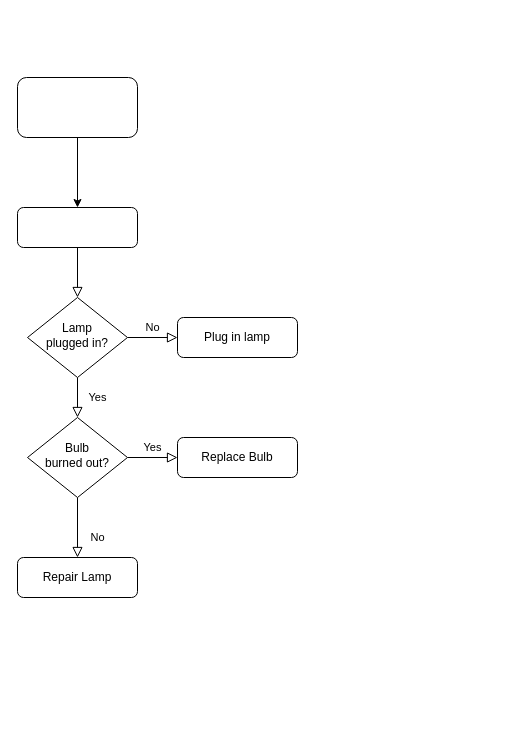
This is Untitled Diagram.drawio from vasquezk26/dq_and_dg, a draw.io file, before an edit. Source tidied: cells renumbered, new cells numbered last; positions are measured from the earlier drawing's top-left corner, leaving out a move shared by most shapes. Both pictures are drawn from the tidied source at 100%, with x=0, y=0 at pixel (17, 77).
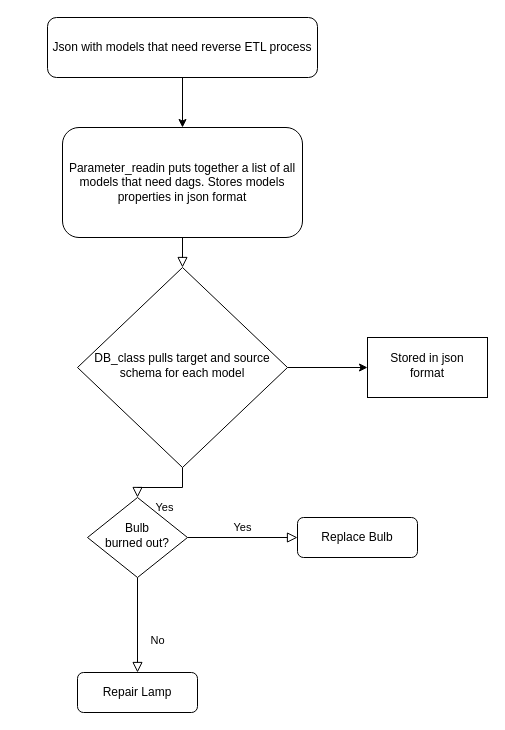
The same page after the edit.

Diff of the diagram source:
```diff
@@
 <mxGraphModel>
   <root>
     <mxCell id="0" />
     <mxCell id="1" parent="0" />
     <mxCell id="2" style="rounded=0;html=1;jettySize=auto;fontSize=11;endArrow=block;endFill=0;endSize=8;strokeWidth=1;shadow=0;labelBackgroundColor=none;edgeStyle=orthogonalEdgeStyle;" parent="1" edge="1" source="3" target="6">
       <mxGeometry relative="1" as="geometry" />
     </mxCell>
-    <mxCell id="3" style="rounded=1;whiteSpace=wrap;html=1;fontSize=12;glass=0;strokeWidth=1;shadow=0;" parent="1" vertex="1">
-      <mxGeometry y="130" width="120" height="40" as="geometry" />
+    <mxCell id="3" value="Parameter_readin puts together a list of all models that need dags. Stores models properties in json format" style="rounded=1;whiteSpace=wrap;html=1;fontSize=12;glass=0;strokeWidth=1;shadow=0;" parent="1" vertex="1">
+      <mxGeometry x="45" y="50" width="240" height="110" as="geometry" />
     </mxCell>
     <mxCell id="4" value="Yes" style="rounded=0;html=1;jettySize=auto;fontSize=11;endArrow=block;endFill=0;endSize=8;strokeWidth=1;shadow=0;labelBackgroundColor=none;edgeStyle=orthogonalEdgeStyle;" parent="1" edge="1" source="6" target="10">
       <mxGeometry y="20" relative="1" as="geometry" />
     </mxCell>
-    <mxCell id="5" value="No" style="edgeStyle=orthogonalEdgeStyle;rounded=0;html=1;jettySize=auto;fontSize=11;endArrow=block;endFill=0;endSize=8;strokeWidth=1;shadow=0;labelBackgroundColor=none;" parent="1" edge="1" source="6" target="7">
-      <mxGeometry y="10" relative="1" as="geometry" />
-    </mxCell>
+    <mxCell id="15" style="edgeStyle=orthogonalEdgeStyle;rounded=0;jettySize=auto;html=1;" parent="1" edge="1" source="6" target="16">
+      <mxGeometry relative="1" as="geometry" />
+    </mxCell>
-    <mxCell id="6" value="Lamp&lt;br&gt;plugged in?" style="rhombus;whiteSpace=wrap;html=1;shadow=0;fontFamily=Helvetica;fontSize=12;align=center;strokeWidth=1;spacing=6;spacingTop=-4;" parent="1" vertex="1">
-      <mxGeometry x="10" y="220" width="100" height="80" as="geometry" />
+    <mxCell id="6" value="DB_class pulls target and source schema for each model" style="rhombus;whiteSpace=wrap;html=1;shadow=0;fontFamily=Helvetica;fontSize=12;align=center;strokeWidth=1;spacing=6;spacingTop=-4;" parent="1" vertex="1">
+      <mxGeometry x="60" y="190" width="210" height="200" as="geometry" />
     </mxCell>
-    <mxCell id="7" value="Plug in lamp" style="rounded=1;whiteSpace=wrap;html=1;fontSize=12;glass=0;strokeWidth=1;shadow=0;" parent="1" vertex="1">
-      <mxGeometry x="160" y="240" width="120" height="40" as="geometry" />
-    </mxCell>
     <mxCell id="8" value="No" style="rounded=0;html=1;jettySize=auto;fontSize=11;endArrow=block;endFill=0;endSize=8;strokeWidth=1;shadow=0;labelBackgroundColor=none;edgeStyle=orthogonalEdgeStyle;" parent="1" edge="1" source="10" target="11">
       <mxGeometry x="0.33" y="20" relative="1" as="geometry" />
     </mxCell>
     <mxCell id="9" value="Yes" style="edgeStyle=orthogonalEdgeStyle;rounded=0;html=1;jettySize=auto;fontSize=11;endArrow=block;endFill=0;endSize=8;strokeWidth=1;shadow=0;labelBackgroundColor=none;" parent="1" edge="1" source="10" target="12">
       <mxGeometry y="10" relative="1" as="geometry" />
     </mxCell>
     <mxCell id="10" value="Bulb&lt;br&gt;burned out?" style="rhombus;whiteSpace=wrap;html=1;shadow=0;fontFamily=Helvetica;fontSize=12;align=center;strokeWidth=1;spacing=6;spacingTop=-4;" parent="1" vertex="1">
-      <mxGeometry x="10" y="340" width="100" height="80" as="geometry" />
+      <mxGeometry x="70" y="420" width="100" height="80" as="geometry" />
     </mxCell>
     <mxCell id="11" value="Repair Lamp" style="rounded=1;whiteSpace=wrap;html=1;fontSize=12;glass=0;strokeWidth=1;shadow=0;" parent="1" vertex="1">
-      <mxGeometry y="480" width="120" height="40" as="geometry" />
+      <mxGeometry x="60" y="595" width="120" height="40" as="geometry" />
     </mxCell>
     <mxCell id="12" value="Replace Bulb" style="rounded=1;whiteSpace=wrap;html=1;fontSize=12;glass=0;strokeWidth=1;shadow=0;" parent="1" vertex="1">
-      <mxGeometry x="160" y="360" width="120" height="40" as="geometry" />
+      <mxGeometry x="280" y="440" width="120" height="40" as="geometry" />
     </mxCell>
     <mxCell id="13" style="edgeStyle=orthogonalEdgeStyle;rounded=0;jettySize=auto;html=1;" parent="1" edge="1" source="14" target="3">
       <mxGeometry relative="1" as="geometry" />
     </mxCell>
-    <mxCell id="14" style="whiteSpace=wrap;html=1;rounded=1;glass=0;strokeWidth=1;shadow=0;" parent="1" vertex="1">
-      <mxGeometry width="120" height="60" as="geometry" />
+    <mxCell id="14" value="Json with models that need reverse ETL process" style="whiteSpace=wrap;html=1;rounded=1;glass=0;strokeWidth=1;shadow=0;" parent="1" vertex="1">
+      <mxGeometry x="30" y="-60" width="270" height="60" as="geometry" />
     </mxCell>
+    <mxCell id="16" value="Stored in json format" style="whiteSpace=wrap;html=1;shadow=0;strokeWidth=1;spacing=6;spacingTop=-4;" parent="1" vertex="1">
+      <mxGeometry x="350" y="260" width="120" height="60" as="geometry" />
+    </mxCell>
   </root>
 </mxGraphModel>
```
